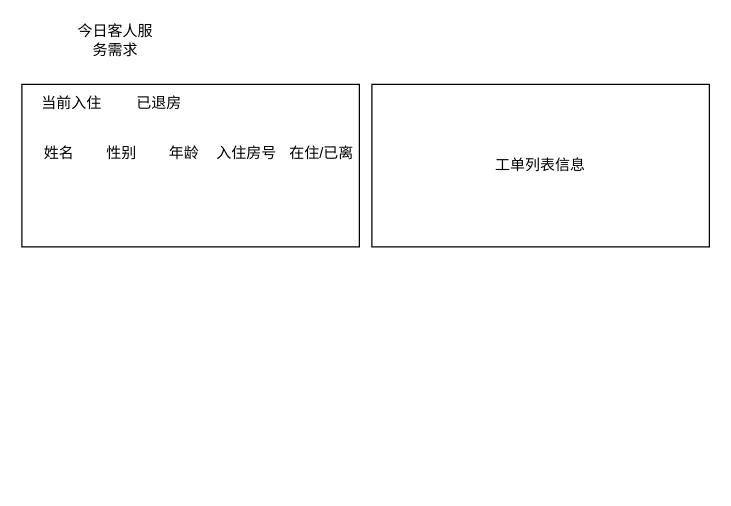
The draw.io diagram xzzh/服务管家今日数据大屏补全数据.drawio in daniel-7d/draw, before the edit. Source tidied: cells renumbered, new cells numbered last; positions are measured from the earlier drawing's top-left corner, leaving out a move shared by most shapes. Both pictures are drawn from the tidied source at 125%, with x=0, y=0 at pixel (21, 21).
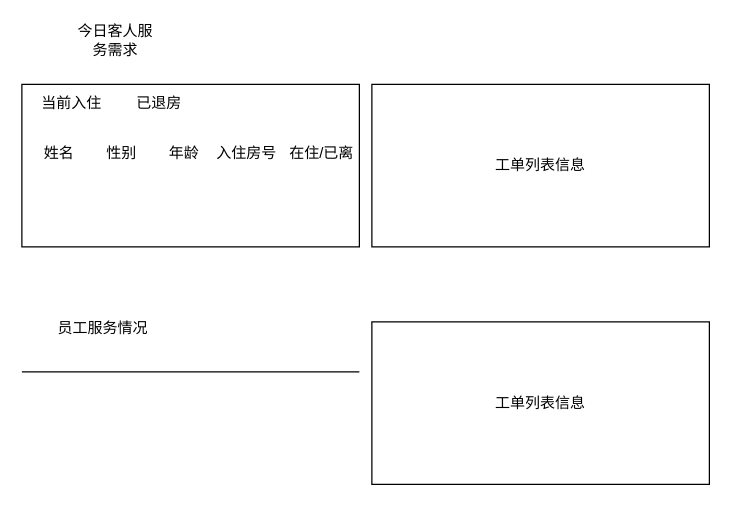
The same diagram, later.

Commit message (it also covers changes not shown here):
更新服务管家今日数据大屏补全数据.drawio

What changed in the source:
```diff
@@
 <mxGraphModel>
   <root>
     <mxCell id="0" />
     <mxCell id="1" parent="0" />
     <mxCell id="2" style="rounded=0;whiteSpace=wrap;html=1;" parent="1" vertex="1">
       <mxGeometry y="50" width="270" height="130" as="geometry" />
     </mxCell>
     <mxCell id="3" value="今日客人服务需求" style="text;html=1;align=center;verticalAlign=middle;whiteSpace=wrap;rounded=0;" parent="1" vertex="1">
       <mxGeometry x="40" width="70" height="30" as="geometry" />
     </mxCell>
     <mxCell id="4" value="当前入住" style="text;html=1;align=center;verticalAlign=middle;whiteSpace=wrap;rounded=0;" parent="1" vertex="1">
       <mxGeometry x="10" y="50" width="60" height="30" as="geometry" />
     </mxCell>
     <mxCell id="5" value="已退房" style="text;html=1;align=center;verticalAlign=middle;whiteSpace=wrap;rounded=0;" parent="1" vertex="1">
       <mxGeometry x="80" y="50" width="60" height="30" as="geometry" />
     </mxCell>
     <mxCell id="6" value="姓名" style="text;html=1;align=center;verticalAlign=middle;whiteSpace=wrap;rounded=0;" parent="1" vertex="1">
       <mxGeometry y="90" width="60" height="30" as="geometry" />
     </mxCell>
     <mxCell id="7" value="性别" style="text;html=1;align=center;verticalAlign=middle;whiteSpace=wrap;rounded=0;" parent="1" vertex="1">
       <mxGeometry x="50" y="90" width="60" height="30" as="geometry" />
     </mxCell>
     <mxCell id="8" value="在住/已离" style="text;html=1;align=center;verticalAlign=middle;whiteSpace=wrap;rounded=0;" parent="1" vertex="1">
       <mxGeometry x="210" y="90" width="60" height="30" as="geometry" />
     </mxCell>
     <mxCell id="9" value="年龄" style="text;html=1;align=center;verticalAlign=middle;whiteSpace=wrap;rounded=0;" parent="1" vertex="1">
       <mxGeometry x="100" y="90" width="60" height="30" as="geometry" />
     </mxCell>
     <mxCell id="10" value="工单列表信息" style="rounded=0;whiteSpace=wrap;html=1;" parent="1" vertex="1">
       <mxGeometry x="280" y="50" width="270" height="130" as="geometry" />
     </mxCell>
     <mxCell id="11" value="入住房号" style="text;html=1;align=center;verticalAlign=middle;whiteSpace=wrap;rounded=0;" parent="1" vertex="1">
       <mxGeometry x="150" y="90" width="60" height="30" as="geometry" />
     </mxCell>
+    <mxCell id="12" style="endArrow=none;html=1;rounded=0;" parent="1" edge="1">
+      <mxGeometry relative="1" as="geometry">
+        <mxPoint y="280" as="sourcePoint" />
+        <mxPoint x="270" y="280" as="targetPoint" />
+      </mxGeometry>
+    </mxCell>
+    <mxCell id="13" value="员工服务情况" style="text;html=1;align=center;verticalAlign=middle;whiteSpace=wrap;rounded=0;" parent="1" vertex="1">
+      <mxGeometry x="20" y="230" width="90" height="30" as="geometry" />
+    </mxCell>
+    <mxCell id="14" value="工单列表信息" style="rounded=0;whiteSpace=wrap;html=1;" parent="1" vertex="1">
+      <mxGeometry x="280" y="240" width="270" height="130" as="geometry" />
+    </mxCell>
   </root>
 </mxGraphModel>
```
